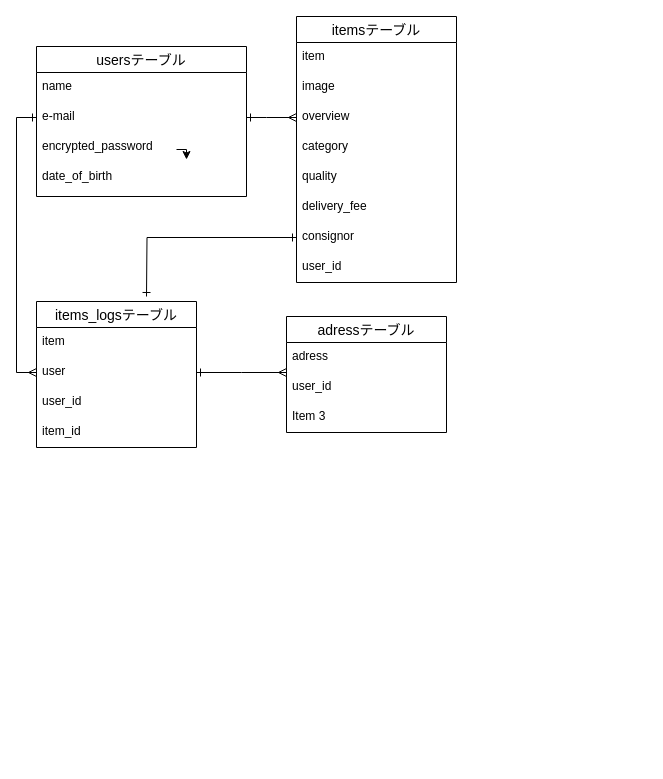
Before: furima-36595.dio in ohgihara/furima-36595, a draw.io diagram. Source tidied: cells renumbered, new cells numbered last; positions are measured from the earlier drawing's top-left corner, leaving out a move shared by most shapes. Both pictures are drawn from the tidied source at 100%, with x=0, y=0 at pixel (36, 16).
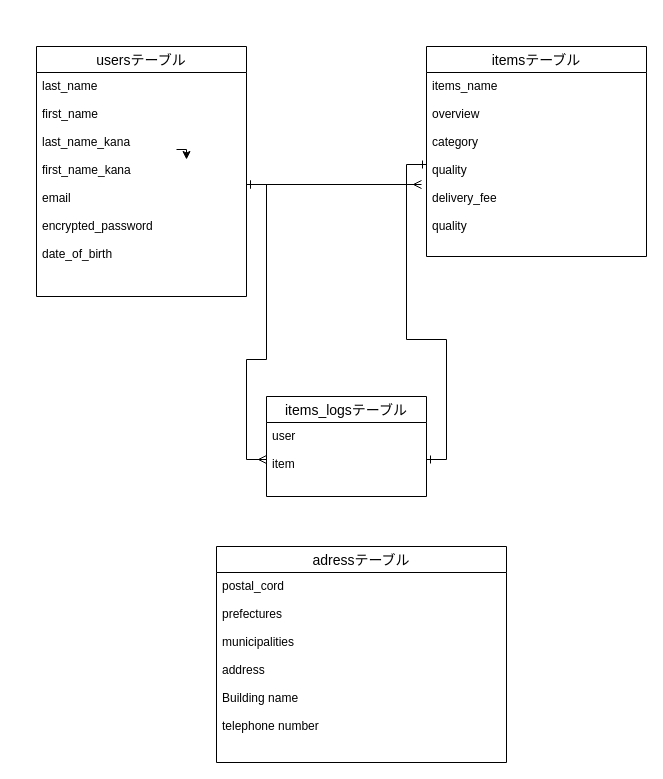
The same page after the edit.

Commit message (it also covers changes not shown here):
ER図・READMEファイルの修正

What changed in the source:
```diff
@@
     <mxCell id="2" value="items_logsテーブル" style="swimlane;fontStyle=0;horizontal=1;startSize=26;align=center;fontSize=14;" parent="1" vertex="1">
-      <mxGeometry y="285" width="160" height="146" as="geometry" />
+      <mxGeometry x="230" y="380" width="160" height="100" as="geometry" />
     </mxCell>
-    <mxCell id="3" value="item" style="text;strokeColor=none;fillColor=none;spacingLeft=4;spacingRight=4;overflow=hidden;points=[[0,0.5],[1,0.5]];portConstraint=eastwest;fontSize=12;" parent="2" vertex="1">
-      <mxGeometry y="26" width="160" height="30" as="geometry" />
+    <mxCell id="3" value="user &#10;&#10;item" style="text;strokeColor=none;fillColor=none;spacingLeft=4;spacingRight=4;overflow=hidden;points=[[0,0.5],[1,0.5]];portConstraint=eastwest;fontSize=12;" parent="2" vertex="1">
+      <mxGeometry y="26" width="160" height="74" as="geometry" />
     </mxCell>
-    <mxCell id="4" value="user" style="text;strokeColor=none;fillColor=none;spacingLeft=4;spacingRight=4;overflow=hidden;points=[[0,0.5],[1,0.5]];portConstraint=eastwest;fontSize=12;" parent="2" vertex="1">
-      <mxGeometry y="56" width="160" height="30" as="geometry" />
-    </mxCell>
-    <mxCell id="5" value="user_id" style="text;strokeColor=none;fillColor=none;spacingLeft=4;spacingRight=4;overflow=hidden;fontSize=12;" parent="2" vertex="1">
-      <mxGeometry y="86" width="160" height="30" as="geometry" />
-    </mxCell>
-    <mxCell id="6" value="item_id" style="text;strokeColor=none;fillColor=none;spacingLeft=4;spacingRight=4;overflow=hidden;fontSize=12;" parent="2" vertex="1">
-      <mxGeometry y="116" width="160" height="30" as="geometry" />
-    </mxCell>
     <mxCell id="7" value="adressテーブル" style="swimlane;fontStyle=0;horizontal=1;startSize=26;align=center;fontSize=14;" parent="1" vertex="1">
-      <mxGeometry x="250" y="300" width="160" height="116" as="geometry" />
+      <mxGeometry x="180" y="530" width="290" height="216" as="geometry" />
     </mxCell>
-    <mxCell id="8" value="adress" style="text;strokeColor=none;fillColor=none;spacingLeft=4;spacingRight=4;overflow=hidden;fontSize=12;" parent="7" vertex="1">
-      <mxGeometry y="26" width="160" height="30" as="geometry" />
+    <mxCell id="8" value="postal_cord &#10;&#10;prefectures&#10;&#10;municipalities &#10;&#10;address &#10;&#10;Building name &#10;&#10;telephone number " style="text;strokeColor=none;fillColor=none;spacingLeft=4;spacingRight=4;overflow=hidden;fontSize=12;" parent="7" vertex="1">
+      <mxGeometry y="26" width="290" height="190" as="geometry" />
     </mxCell>
-    <mxCell id="9" value="user_id" style="text;strokeColor=none;fillColor=none;spacingLeft=4;spacingRight=4;overflow=hidden;fontSize=12;" parent="7" vertex="1">
-      <mxGeometry y="56" width="160" height="30" as="geometry" />
-    </mxCell>
-    <mxCell id="10" value="Item 3" style="text;strokeColor=none;fillColor=none;spacingLeft=4;spacingRight=4;overflow=hidden;fontSize=12;" parent="7" vertex="1">
-      <mxGeometry y="86" width="160" height="30" as="geometry" />
-    </mxCell>
@@
     <mxCell id="12" value="usersテーブル" style="swimlane;fontStyle=0;horizontal=1;startSize=26;align=center;fontSize=14;" parent="1" vertex="1">
-      <mxGeometry y="30" width="210" height="150" as="geometry" />
+      <mxGeometry y="30" width="210" height="250" as="geometry" />
     </mxCell>
-    <mxCell id="13" value="name" style="text;strokeColor=none;fillColor=none;spacingLeft=4;spacingRight=4;overflow=hidden;points=[[0,0.5],[1,0.5]];portConstraint=eastwest;fontSize=12;" parent="12" vertex="1">
-      <mxGeometry y="26" width="210" height="30" as="geometry" />
+    <mxCell id="13" value="last_name &#10;&#10;first_name &#10;&#10;last_name_kana &#10;&#10;first_name_kana &#10;&#10;email &#10;&#10;encrypted_password&#10; &#10;date_of_birth" style="text;strokeColor=none;fillColor=none;spacingLeft=4;spacingRight=4;overflow=hidden;points=[[0,0.5],[1,0.5]];portConstraint=eastwest;fontSize=12;" parent="12" vertex="1">
+      <mxGeometry y="26" width="210" height="224" as="geometry" />
     </mxCell>
-    <mxCell id="14" value="e-mail" style="text;strokeColor=none;fillColor=none;spacingLeft=4;spacingRight=4;overflow=hidden;points=[[0,0.5],[1,0.5]];portConstraint=eastwest;fontSize=12;" parent="12" vertex="1">
-      <mxGeometry y="56" width="210" height="30" as="geometry" />
-    </mxCell>
-    <mxCell id="15" value="encrypted_password&#10;&#10;" style="text;strokeColor=none;fillColor=none;spacingLeft=4;spacingRight=4;overflow=hidden;fontSize=12;" parent="12" vertex="1">
-      <mxGeometry y="86" width="210" height="30" as="geometry" />
-    </mxCell>
-    <mxCell id="16" value="date_of_birth&#10;" style="text;strokeColor=none;fillColor=none;spacingLeft=4;spacingRight=4;overflow=hidden;fontSize=12;" parent="12" vertex="1">
-      <mxGeometry y="116" width="210" height="34" as="geometry" />
-    </mxCell>
     <mxCell id="17" value="itemsテーブル" style="swimlane;fontStyle=0;horizontal=1;startSize=26;align=center;fontSize=14;" parent="1" vertex="1">
-      <mxGeometry x="260" width="160" height="266" as="geometry" />
+      <mxGeometry x="390" y="30" width="220" height="210" as="geometry" />
     </mxCell>
-    <mxCell id="18" value="item" style="text;strokeColor=none;fillColor=none;spacingLeft=4;spacingRight=4;overflow=hidden;points=[[0,0.5],[1,0.5]];portConstraint=eastwest;fontSize=12;" parent="17" vertex="1">
-      <mxGeometry y="26" width="160" height="30" as="geometry" />
+    <mxCell id="18" value=" items_name&#10; &#10;overview&#10; &#10;category &#10;&#10;quality &#10;&#10;delivery_fee&#10;&#10;quality &#10;" style="text;strokeColor=none;fillColor=none;spacingLeft=4;spacingRight=4;overflow=hidden;points=[[0,0.5],[1,0.5]];portConstraint=eastwest;fontSize=12;" parent="17" vertex="1">
+      <mxGeometry y="26" width="220" height="184" as="geometry" />
     </mxCell>
-    <mxCell id="19" value="image" style="text;strokeColor=none;fillColor=none;spacingLeft=4;spacingRight=4;overflow=hidden;fontSize=12;" parent="17" vertex="1">
-      <mxGeometry y="56" width="160" height="30" as="geometry" />
-    </mxCell>
-    <mxCell id="20" value="overview" style="text;strokeColor=none;fillColor=none;spacingLeft=4;spacingRight=4;overflow=hidden;points=[[0,0.5],[1,0.5]];portConstraint=eastwest;fontSize=12;" parent="17" vertex="1">
-      <mxGeometry y="86" width="160" height="30" as="geometry" />
-    </mxCell>
-    <mxCell id="21" value="category" style="text;strokeColor=none;fillColor=none;spacingLeft=4;spacingRight=4;overflow=hidden;fontSize=12;" parent="17" vertex="1">
-      <mxGeometry y="116" width="160" height="30" as="geometry" />
-    </mxCell>
-    <mxCell id="22" value="quality" style="text;strokeColor=none;fillColor=none;spacingLeft=4;spacingRight=4;overflow=hidden;fontSize=12;" parent="17" vertex="1">
-      <mxGeometry y="146" width="160" height="30" as="geometry" />
-    </mxCell>
-    <mxCell id="23" value="delivery_fee" style="text;strokeColor=none;fillColor=none;spacingLeft=4;spacingRight=4;overflow=hidden;fontSize=12;" parent="17" vertex="1">
-      <mxGeometry y="176" width="160" height="30" as="geometry" />
-    </mxCell>
-    <mxCell id="24" value="consignor" style="text;strokeColor=none;fillColor=none;spacingLeft=4;spacingRight=4;overflow=hidden;points=[[0,0.5],[1,0.5]];portConstraint=eastwest;fontSize=12;" parent="17" vertex="1">
-      <mxGeometry y="206" width="160" height="30" as="geometry" />
-    </mxCell>
-    <mxCell id="25" value="user_id" style="text;strokeColor=none;fillColor=none;spacingLeft=4;spacingRight=4;overflow=hidden;fontSize=12;" parent="17" vertex="1">
-      <mxGeometry y="236" width="160" height="30" as="geometry" />
-    </mxCell>
-    <mxCell id="26" style="edgeStyle=orthogonalEdgeStyle;rounded=0;jettySize=auto;html=1;verticalAlign=bottom;horizontal=1;endArrow=ERmany;endFill=0;startArrow=ERone;startFill=0;" parent="1" edge="1" source="14" target="20">
-      <mxGeometry relative="1" as="geometry">
-        <Array as="points">
-          <mxPoint x="230" y="101" />
-          <mxPoint x="230" y="101" />
-        </Array>
-      </mxGeometry>
-    </mxCell>
-    <mxCell id="27" style="edgeStyle=orthogonalEdgeStyle;rounded=0;jettySize=auto;html=1;entryX=0;entryY=0.5;entryDx=0;entryDy=0;startArrow=ERone;startFill=0;endArrow=ERmany;endFill=0;verticalAlign=bottom;" parent="1" edge="1" source="14" target="4">
-      <mxGeometry relative="1" as="geometry" />
-    </mxCell>
-    <mxCell id="28" style="edgeStyle=orthogonalEdgeStyle;rounded=0;jettySize=auto;html=1;startArrow=ERone;startFill=0;endArrow=ERmany;endFill=0;verticalAlign=bottom;" parent="1" edge="1" source="4">
-      <mxGeometry relative="1" as="geometry">
-        <mxPoint x="250" y="356" as="targetPoint" />
-      </mxGeometry>
-    </mxCell>
-    <mxCell id="29" style="edgeStyle=orthogonalEdgeStyle;rounded=0;jettySize=auto;html=1;startArrow=ERone;startFill=0;endArrow=ERone;endFill=0;verticalAlign=bottom;" parent="1" edge="1" source="24">
-      <mxGeometry relative="1" as="geometry">
-        <mxPoint x="110" y="280" as="targetPoint" />
-      </mxGeometry>
-    </mxCell>
+    <mxCell id="30" style="edgeStyle=orthogonalEdgeStyle;rounded=0;jettySize=auto;html=1;startArrow=ERone;startFill=0;endArrow=ERmany;endFill=0;verticalAlign=bottom;" parent="1" edge="1" source="13">
+      <mxGeometry relative="1" as="geometry">
+        <mxPoint x="385" y="168" as="targetPoint" />
+      </mxGeometry>
+    </mxCell>
+    <mxCell id="31" style="edgeStyle=orthogonalEdgeStyle;rounded=0;jettySize=auto;html=1;startArrow=ERone;startFill=0;endArrow=ERmany;endFill=0;verticalAlign=bottom;" parent="1" edge="1" source="13" target="3">
+      <mxGeometry relative="1" as="geometry" />
+    </mxCell>
+    <mxCell id="32" style="edgeStyle=orthogonalEdgeStyle;rounded=0;jettySize=auto;html=1;startArrow=ERone;startFill=0;endArrow=ERone;endFill=0;verticalAlign=bottom;" parent="1" edge="1" source="18" target="3">
+      <mxGeometry relative="1" as="geometry" />
+    </mxCell>
```
